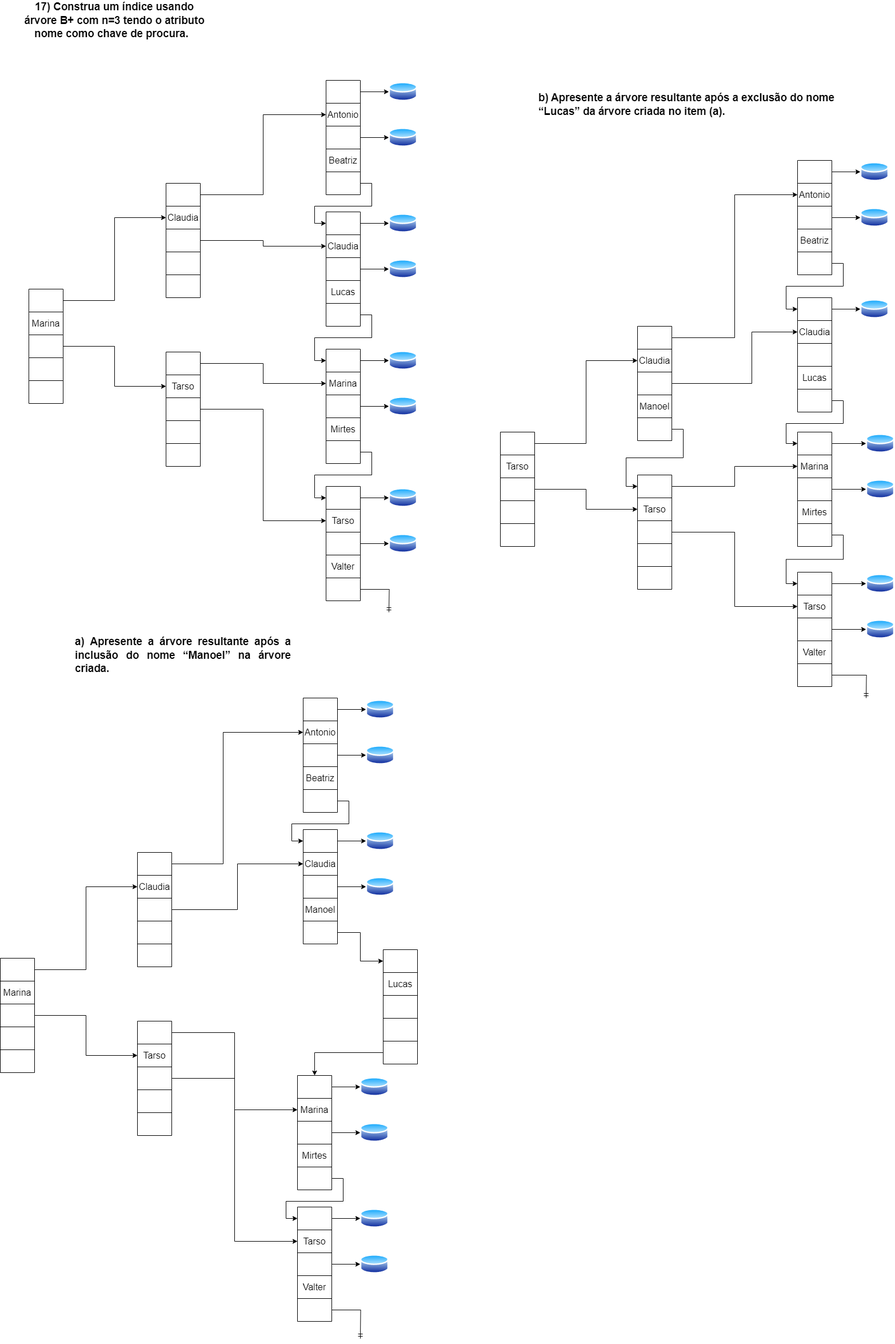
Earlier version of the draw.io export Arvore B+.drawio.png (VitorFonseca123/exerc_indice_BD). Source tidied: cells renumbered, new cells last; positions are measured from the earlier drawing's top-left corner, leaving out a move shared by most shapes.
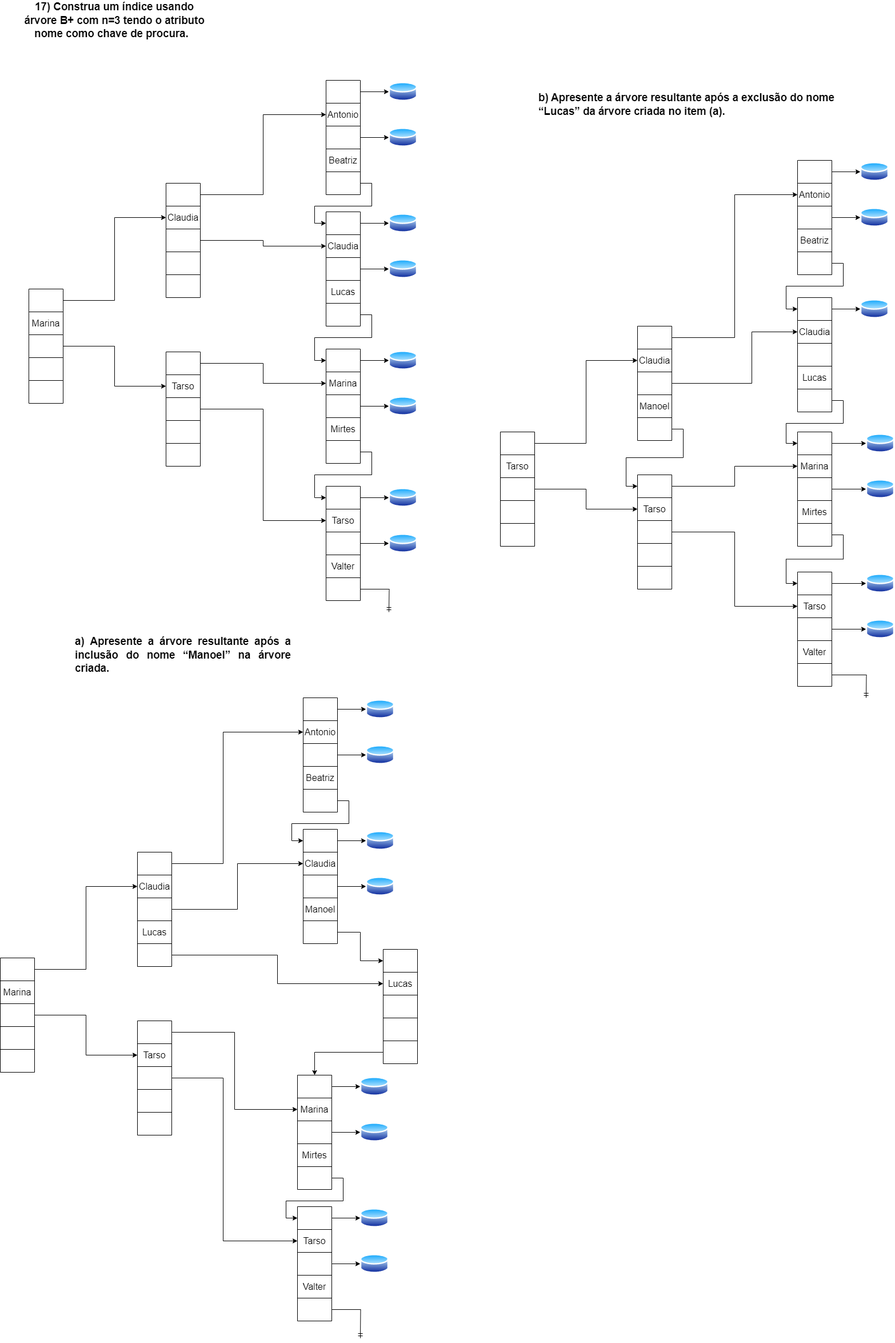
Above is the later version.

The edit, as a diff of the source:
```diff
@@ -853,7 +853,7 @@
     <mxCell id="281" style="shape=tableRow;horizontal=0;startSize=0;swimlaneHead=0;swimlaneBody=0;strokeColor=inherit;top=0;left=0;bottom=0;right=0;fillColor=none;fontSize=16;" parent="274" vertex="1">
       <mxGeometry y="120" width="60" height="40" as="geometry" />
     </mxCell>
-    <mxCell id="282" style="shape=partialRectangle;html=1;whiteSpace=wrap;strokeColor=inherit;overflow=hidden;fillColor=none;top=0;left=0;bottom=0;right=0;fontSize=16;" parent="281" vertex="1">
+    <mxCell id="282" value="Lucas" style="shape=partialRectangle;html=1;whiteSpace=wrap;strokeColor=inherit;overflow=hidden;fillColor=none;top=0;left=0;bottom=0;right=0;fontSize=16;" parent="281" vertex="1">
       <mxGeometry width="60" height="40" as="geometry" />
     </mxCell>
     <mxCell id="283" style="shape=tableRow;horizontal=0;startSize=0;swimlaneHead=0;swimlaneBody=0;strokeColor=inherit;top=0;left=0;bottom=0;right=0;fillColor=none;points=[[0,0.5],[1,0.5]];portConstraint=eastwest;fontSize=16;" parent="274" vertex="1">
@@ -955,7 +955,12 @@
       <mxGeometry relative="1" as="geometry" />
     </mxCell>
     <mxCell id="314" style="edgeStyle=orthogonalEdgeStyle;rounded=0;jettySize=auto;html=1;exitX=1;exitY=0.5;exitDx=0;exitDy=0;entryX=0;entryY=0.5;entryDx=0;entryDy=0;" parent="1" edge="1" source="290" target="261">
-      <mxGeometry relative="1" as="geometry" />
+      <mxGeometry relative="1" as="geometry">
+        <Array as="points">
+          <mxPoint x="390" y="1865" />
+          <mxPoint x="390" y="2150" />
+        </Array>
+      </mxGeometry>
     </mxCell>
     <mxCell id="315" style="shape=table;startSize=0;fontSize=16;" parent="1" vertex="1">
       <mxGeometry x="670" y="1640" width="60" height="200" as="geometry" />
@@ -999,5 +1004,8 @@
     <mxCell id="328" style="edgeStyle=orthogonalEdgeStyle;rounded=0;jettySize=auto;html=1;exitX=0;exitY=0.5;exitDx=0;exitDy=0;entryX=0.5;entryY=0;entryDx=0;entryDy=0;entryPerimeter=0;" parent="1" edge="1" source="324" target="244">
       <mxGeometry relative="1" as="geometry" />
     </mxCell>
+    <mxCell id="329" style="edgeStyle=orthogonalEdgeStyle;rounded=0;jettySize=auto;html=1;exitX=1;exitY=0.5;exitDx=0;exitDy=0;entryX=0;entryY=0.5;entryDx=0;entryDy=0;" parent="1" edge="1" source="283" target="318">
+      <mxGeometry relative="1" as="geometry" />
+    </mxCell>
   </root>
 </mxGraphModel>
```
